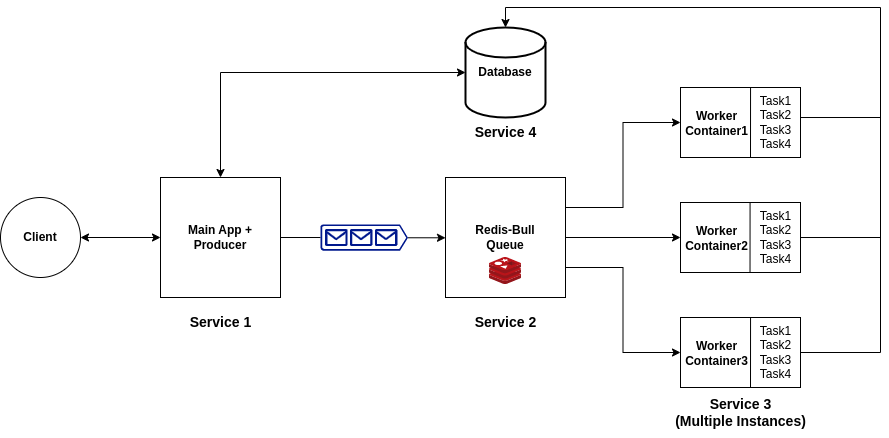
The draw.io diagram assets/Atlan_Arch.png in aryanagrawal22/Atlan-Assignment, before a commit. Source tidied: cells renumbered, new cells last; positions are measured from the earlier drawing's top-left corner, leaving out a move shared by most shapes.
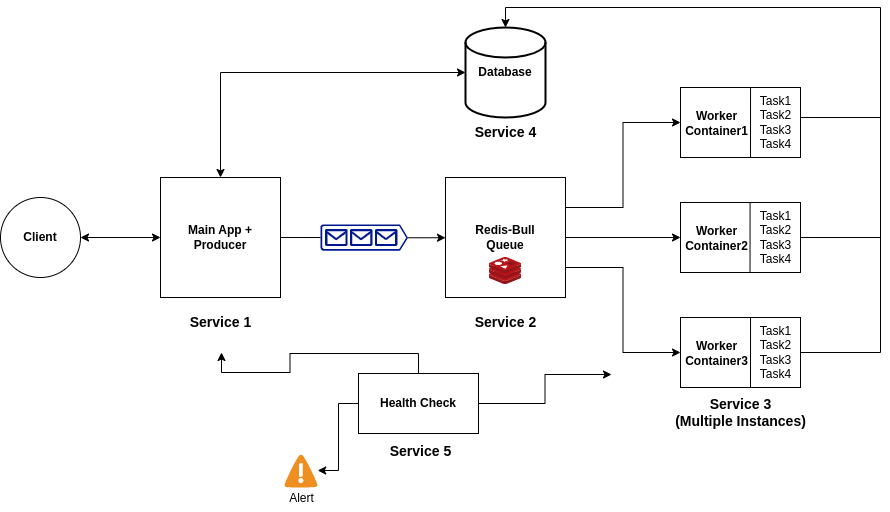
The same file after the commit.

Diff of the diagram source:
```diff
@@ -118,5 +118,35 @@
     <mxCell id="33" value="&lt;b&gt;Service 4&lt;br&gt;&lt;/b&gt;" style="text;html=1;align=center;verticalAlign=middle;strokeColor=none;fillColor=none;fontSize=14;" parent="1" vertex="1">
       <mxGeometry x="460" y="110" width="90" height="30" as="geometry" />
     </mxCell>
+    <mxCell id="34" style="edgeStyle=orthogonalEdgeStyle;rounded=0;jettySize=auto;html=1;exitX=0;exitY=0.5;exitDx=0;exitDy=0;" parent="1" edge="1" source="37" target="38">
+      <mxGeometry relative="1" as="geometry">
+        <Array as="points">
+          <mxPoint x="338" y="396" />
+          <mxPoint x="338" y="463" />
+        </Array>
+      </mxGeometry>
+    </mxCell>
+    <mxCell id="35" style="edgeStyle=orthogonalEdgeStyle;rounded=0;jettySize=auto;html=1;exitX=0.5;exitY=0;exitDx=0;exitDy=0;" parent="1" edge="1" source="37">
+      <mxGeometry relative="1" as="geometry">
+        <mxPoint x="221" y="345" as="targetPoint" />
+      </mxGeometry>
+    </mxCell>
+    <mxCell id="36" style="edgeStyle=orthogonalEdgeStyle;rounded=0;jettySize=auto;html=1;exitX=1;exitY=0.5;exitDx=0;exitDy=0;" parent="1" edge="1" source="37">
+      <mxGeometry relative="1" as="geometry">
+        <mxPoint x="611" y="367" as="targetPoint" />
+      </mxGeometry>
+    </mxCell>
+    <mxCell id="37" value="&lt;b&gt;Health Check&lt;/b&gt;" style="rounded=0;whiteSpace=wrap;html=1;" parent="1" vertex="1">
+      <mxGeometry x="358" y="366" width="120" height="60" as="geometry" />
+    </mxCell>
+    <mxCell id="38" style="shadow=0;dashed=0;html=1;strokeColor=none;fillColor=#4495D1;labelPosition=center;verticalLabelPosition=bottom;verticalAlign=top;align=center;outlineConnect=0;shape=mxgraph.veeam.2d.alert;" parent="1" vertex="1">
+      <mxGeometry x="284" y="447" width="33.2" height="33.2" as="geometry" />
+    </mxCell>
+    <mxCell id="39" value="&lt;b&gt;Service 5&lt;/b&gt;" style="text;html=1;align=center;verticalAlign=middle;strokeColor=none;fillColor=none;fontSize=14;" parent="1" vertex="1">
+      <mxGeometry x="380" y="430" width="80" height="29" as="geometry" />
+    </mxCell>
+    <mxCell id="40" value="Alert" style="text;html=1;align=center;verticalAlign=middle;strokeColor=none;fillColor=none;" parent="1" vertex="1">
+      <mxGeometry x="279.1" y="478" width="43" height="26" as="geometry" />
+    </mxCell>
   </root>
 </mxGraphModel>
```
